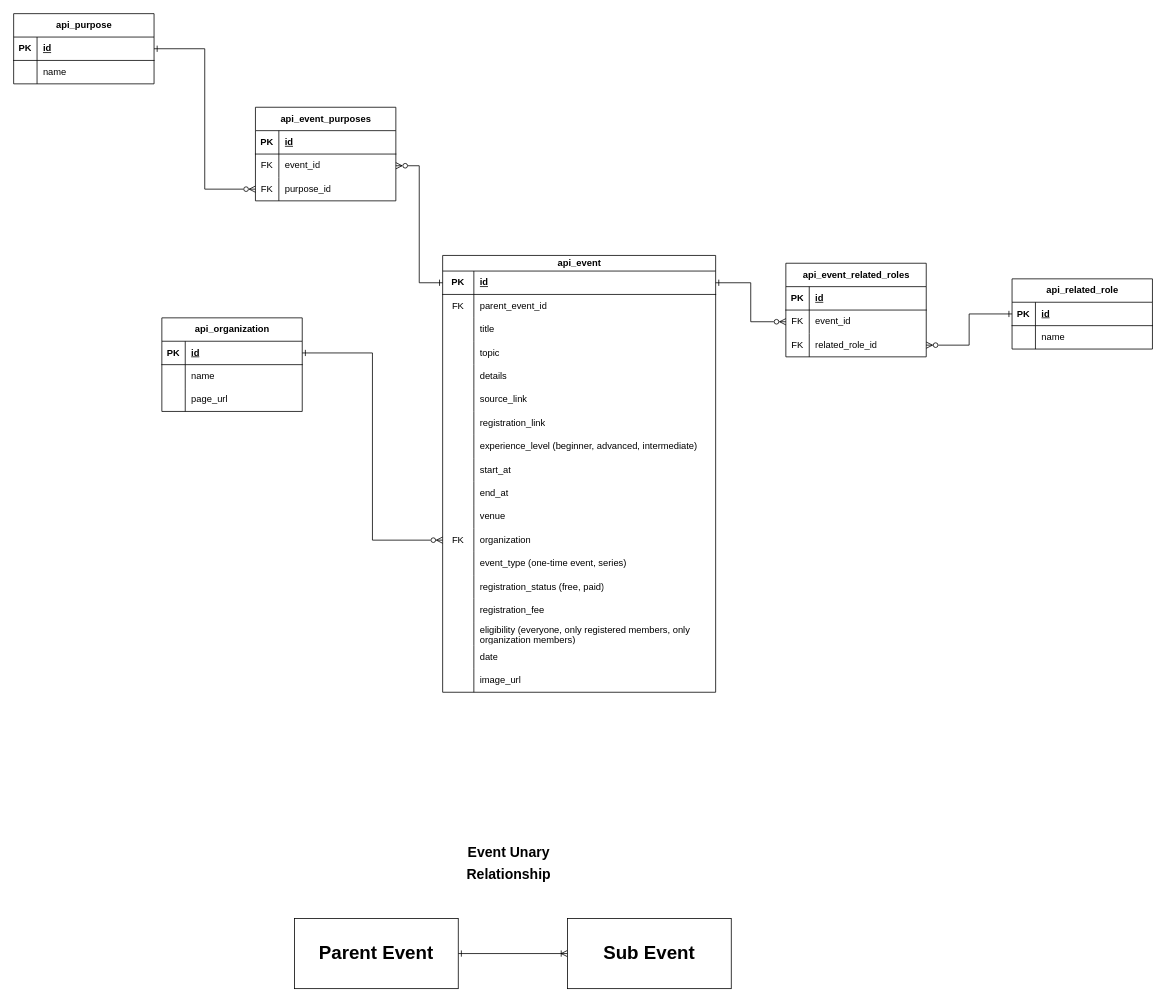
Before: page "Events" (1 of 4) of 2Gether.drawio in RHILIUS/drawio, a draw.io diagram. Source tidied: cells renumbered, new cells numbered last; positions are measured from the earlier drawing's top-left corner, leaving out a move shared by most shapes. Both pictures are drawn from the tidied source at 78%, with x=0, y=0 at pixel (13, 13).
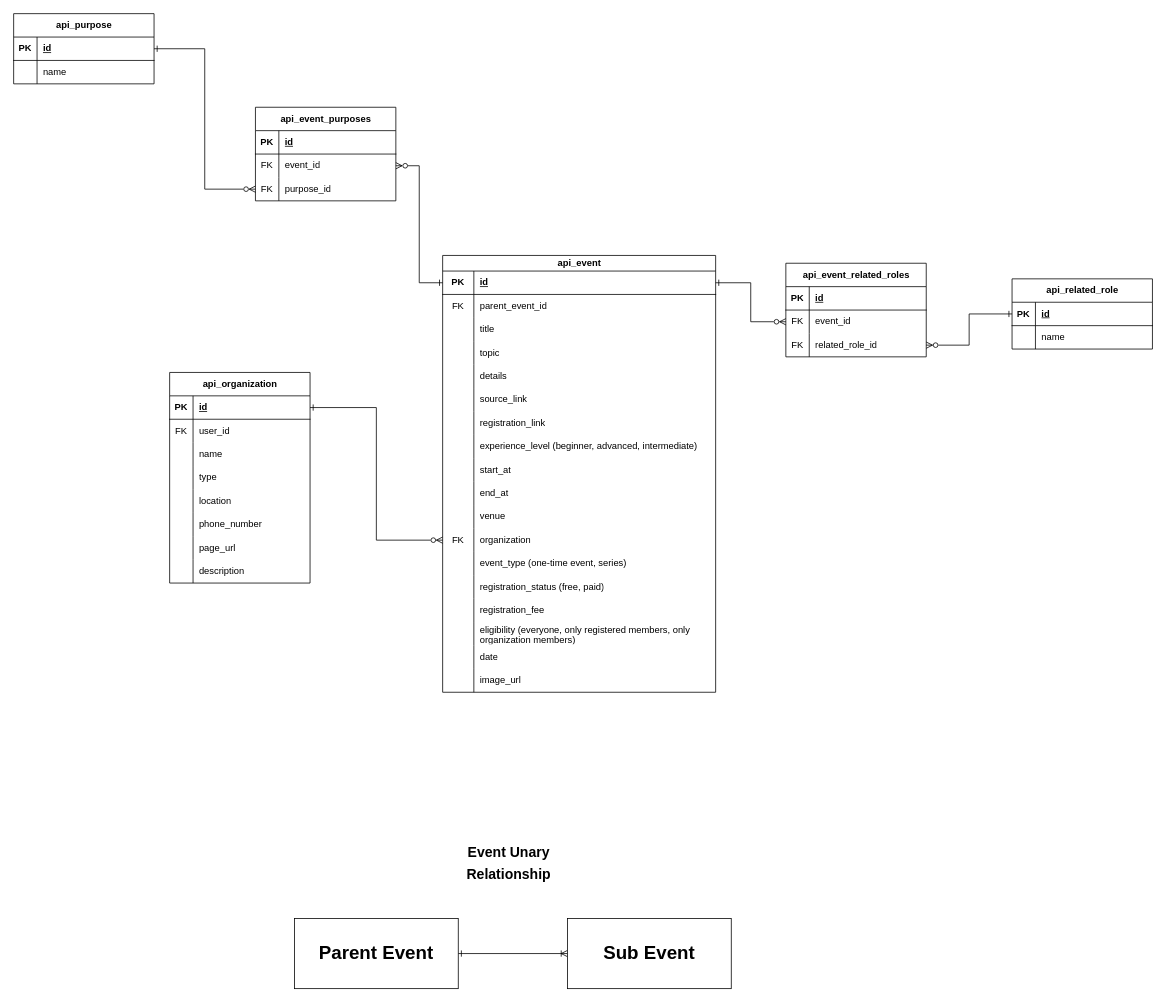
The same diagram, later.

What changed in the source:
```diff
@@
-    <mxCell id="64" value="api_organization" style="shape=table;startSize=30;childLayout=tableLayout;rowLines=0;fontStyle=1;align=center;html=1;" parent="1" vertex="1">
-      <mxGeometry x="190" y="390" width="180" height="120" as="geometry" />
-    </mxCell>
-    <mxCell id="65" style="shape=tableRow;horizontal=0;startSize=0;swimlaneHead=0;swimlaneBody=0;fillColor=none;points=[[0,0.5],[1,0.5]];portConstraint=eastwest;top=0;left=0;right=0;bottom=1;" parent="64" vertex="1">
-      <mxGeometry y="30" width="180" height="30" as="geometry" />
-    </mxCell>
-    <mxCell id="66" value="PK" style="shape=partialRectangle;fillColor=none;top=0;left=0;bottom=0;right=0;fontStyle=1;overflow=hidden;whiteSpace=wrap;html=1;" parent="65" vertex="1">
-      <mxGeometry width="30" height="30" as="geometry" />
-    </mxCell>
-    <mxCell id="67" value="id" style="shape=partialRectangle;fillColor=none;top=0;left=0;bottom=0;right=0;align=left;spacingLeft=6;fontStyle=5;overflow=hidden;whiteSpace=wrap;html=1;" parent="65" vertex="1">
-      <mxGeometry x="30" width="150" height="30" as="geometry" />
-    </mxCell>
-    <mxCell id="68" style="shape=tableRow;horizontal=0;startSize=0;swimlaneHead=0;swimlaneBody=0;fillColor=none;top=0;left=0;right=0;bottom=0;" parent="64" vertex="1">
-      <mxGeometry y="60" width="180" height="30" as="geometry" />
-    </mxCell>
-    <mxCell id="69" style="shape=partialRectangle;fillColor=none;top=0;left=0;bottom=0;right=0;overflow=hidden;whiteSpace=wrap;html=1;" parent="68" vertex="1">
-      <mxGeometry width="30" height="30" as="geometry" />
-    </mxCell>
-    <mxCell id="70" value="name" style="shape=partialRectangle;fillColor=none;top=0;left=0;bottom=0;right=0;align=left;spacingLeft=6;overflow=hidden;whiteSpace=wrap;html=1;" parent="68" vertex="1">
-      <mxGeometry x="30" width="150" height="30" as="geometry" />
-    </mxCell>
-    <mxCell id="71" style="shape=tableRow;horizontal=0;startSize=0;swimlaneHead=0;swimlaneBody=0;fillColor=none;top=0;left=0;right=0;bottom=0;" parent="64" vertex="1">
-      <mxGeometry y="90" width="180" height="30" as="geometry" />
-    </mxCell>
-    <mxCell id="72" style="shape=partialRectangle;fillColor=none;top=0;left=0;bottom=0;right=0;overflow=hidden;whiteSpace=wrap;html=1;" parent="71" vertex="1">
-      <mxGeometry width="30" height="30" as="geometry" />
-    </mxCell>
-    <mxCell id="73" value="page_url" style="shape=partialRectangle;fillColor=none;top=0;left=0;bottom=0;right=0;align=left;spacingLeft=6;overflow=hidden;whiteSpace=wrap;html=1;" parent="71" vertex="1">
-      <mxGeometry x="30" width="150" height="30" as="geometry" />
-    </mxCell>
@@
+    <mxCell id="64" value="api_organization" style="shape=table;startSize=30;childLayout=tableLayout;rowLines=0;fontStyle=1;align=center;html=1;" parent="1" vertex="1">
+      <mxGeometry x="200" y="460" width="180" height="270" as="geometry" />
+    </mxCell>
+    <mxCell id="65" style="shape=tableRow;horizontal=0;startSize=0;swimlaneHead=0;swimlaneBody=0;fillColor=none;points=[[0,0.5],[1,0.5]];portConstraint=eastwest;top=0;left=0;right=0;bottom=1;" parent="64" vertex="1">
+      <mxGeometry y="30" width="180" height="30" as="geometry" />
+    </mxCell>
+    <mxCell id="66" value="PK" style="shape=partialRectangle;fillColor=none;top=0;left=0;bottom=0;right=0;fontStyle=1;overflow=hidden;whiteSpace=wrap;html=1;" parent="65" vertex="1">
+      <mxGeometry width="30" height="30" as="geometry" />
+    </mxCell>
+    <mxCell id="67" value="id" style="shape=partialRectangle;fillColor=none;top=0;left=0;bottom=0;right=0;align=left;spacingLeft=6;fontStyle=5;overflow=hidden;whiteSpace=wrap;html=1;" parent="65" vertex="1">
+      <mxGeometry x="30" width="150" height="30" as="geometry" />
+    </mxCell>
+    <mxCell id="68" style="shape=tableRow;horizontal=0;startSize=0;swimlaneHead=0;swimlaneBody=0;fillColor=none;top=0;left=0;right=0;bottom=0;" parent="64" vertex="1">
+      <mxGeometry y="60" width="180" height="30" as="geometry" />
+    </mxCell>
+    <mxCell id="110" value="FK" style="shape=partialRectangle;fillColor=none;top=0;left=0;bottom=0;right=0;overflow=hidden;whiteSpace=wrap;html=1;" parent="68" vertex="1">
+      <mxGeometry width="30" height="30" as="geometry" />
+    </mxCell>
+    <mxCell id="111" value="user_id" style="shape=partialRectangle;fillColor=none;top=0;left=0;bottom=0;right=0;align=left;spacingLeft=6;overflow=hidden;whiteSpace=wrap;html=1;" parent="68" vertex="1">
+      <mxGeometry x="30" width="150" height="30" as="geometry" />
+    </mxCell>
+    <mxCell id="71" style="shape=tableRow;horizontal=0;startSize=0;swimlaneHead=0;swimlaneBody=0;fillColor=none;top=0;left=0;right=0;bottom=0;" parent="64" vertex="1">
+      <mxGeometry y="90" width="180" height="30" as="geometry" />
+    </mxCell>
+    <mxCell id="112" style="shape=partialRectangle;fillColor=none;top=0;left=0;bottom=0;right=0;overflow=hidden;whiteSpace=wrap;html=1;" parent="71" vertex="1">
+      <mxGeometry width="30" height="30" as="geometry" />
+    </mxCell>
+    <mxCell id="70" value="name" style="shape=partialRectangle;fillColor=none;top=0;left=0;bottom=0;right=0;align=left;spacingLeft=6;overflow=hidden;whiteSpace=wrap;html=1;" parent="71" vertex="1">
+      <mxGeometry x="30" width="150" height="30" as="geometry" />
+    </mxCell>
+    <mxCell id="113" style="shape=tableRow;horizontal=0;startSize=0;swimlaneHead=0;swimlaneBody=0;fillColor=none;top=0;left=0;right=0;bottom=0;" parent="64" vertex="1">
+      <mxGeometry y="120" width="180" height="30" as="geometry" />
+    </mxCell>
+    <mxCell id="114" style="shape=partialRectangle;fillColor=none;top=0;left=0;bottom=0;right=0;overflow=hidden;whiteSpace=wrap;html=1;" parent="113" vertex="1">
+      <mxGeometry width="30" height="30" as="geometry" />
+    </mxCell>
+    <mxCell id="115" value="type" style="shape=partialRectangle;fillColor=none;top=0;left=0;bottom=0;right=0;align=left;spacingLeft=6;overflow=hidden;whiteSpace=wrap;html=1;" parent="113" vertex="1">
+      <mxGeometry x="30" width="150" height="30" as="geometry" />
+    </mxCell>
+    <mxCell id="116" style="shape=tableRow;horizontal=0;startSize=0;swimlaneHead=0;swimlaneBody=0;fillColor=none;top=0;left=0;right=0;bottom=0;" parent="64" vertex="1">
+      <mxGeometry y="150" width="180" height="30" as="geometry" />
+    </mxCell>
+    <mxCell id="117" style="shape=partialRectangle;fillColor=none;top=0;left=0;bottom=0;right=0;overflow=hidden;whiteSpace=wrap;html=1;" parent="116" vertex="1">
+      <mxGeometry width="30" height="30" as="geometry" />
+    </mxCell>
+    <mxCell id="118" value="location" style="shape=partialRectangle;fillColor=none;top=0;left=0;bottom=0;right=0;align=left;spacingLeft=6;overflow=hidden;whiteSpace=wrap;html=1;" parent="116" vertex="1">
+      <mxGeometry x="30" width="150" height="30" as="geometry" />
+    </mxCell>
+    <mxCell id="119" style="shape=tableRow;horizontal=0;startSize=0;swimlaneHead=0;swimlaneBody=0;fillColor=none;top=0;left=0;right=0;bottom=0;" parent="64" vertex="1">
+      <mxGeometry y="180" width="180" height="30" as="geometry" />
+    </mxCell>
+    <mxCell id="120" style="shape=partialRectangle;fillColor=none;top=0;left=0;bottom=0;right=0;overflow=hidden;whiteSpace=wrap;html=1;" parent="119" vertex="1">
+      <mxGeometry width="30" height="30" as="geometry" />
+    </mxCell>
+    <mxCell id="121" value="phone_number" style="shape=partialRectangle;fillColor=none;top=0;left=0;bottom=0;right=0;align=left;spacingLeft=6;overflow=hidden;whiteSpace=wrap;html=1;" parent="119" vertex="1">
+      <mxGeometry x="30" width="150" height="30" as="geometry" />
+    </mxCell>
+    <mxCell id="122" style="shape=tableRow;horizontal=0;startSize=0;swimlaneHead=0;swimlaneBody=0;fillColor=none;top=0;left=0;right=0;bottom=0;" parent="64" vertex="1">
+      <mxGeometry y="210" width="180" height="30" as="geometry" />
+    </mxCell>
+    <mxCell id="123" style="shape=partialRectangle;fillColor=none;top=0;left=0;bottom=0;right=0;overflow=hidden;whiteSpace=wrap;html=1;" parent="122" vertex="1">
+      <mxGeometry width="30" height="30" as="geometry" />
+    </mxCell>
+    <mxCell id="73" value="page_url" style="shape=partialRectangle;fillColor=none;top=0;left=0;bottom=0;right=0;align=left;spacingLeft=6;overflow=hidden;whiteSpace=wrap;html=1;" parent="122" vertex="1">
+      <mxGeometry x="30" width="150" height="30" as="geometry" />
+    </mxCell>
+    <mxCell id="124" style="shape=tableRow;horizontal=0;startSize=0;swimlaneHead=0;swimlaneBody=0;fillColor=none;top=0;left=0;right=0;bottom=0;" parent="64" vertex="1">
+      <mxGeometry y="240" width="180" height="30" as="geometry" />
+    </mxCell>
+    <mxCell id="125" style="shape=partialRectangle;fillColor=none;top=0;left=0;bottom=0;right=0;overflow=hidden;whiteSpace=wrap;html=1;" parent="124" vertex="1">
+      <mxGeometry width="30" height="30" as="geometry" />
+    </mxCell>
+    <mxCell id="126" value="description" style="shape=partialRectangle;fillColor=none;top=0;left=0;bottom=0;right=0;align=left;spacingLeft=6;overflow=hidden;whiteSpace=wrap;html=1;" parent="124" vertex="1">
+      <mxGeometry x="30" width="150" height="30" as="geometry" />
+    </mxCell>
```
